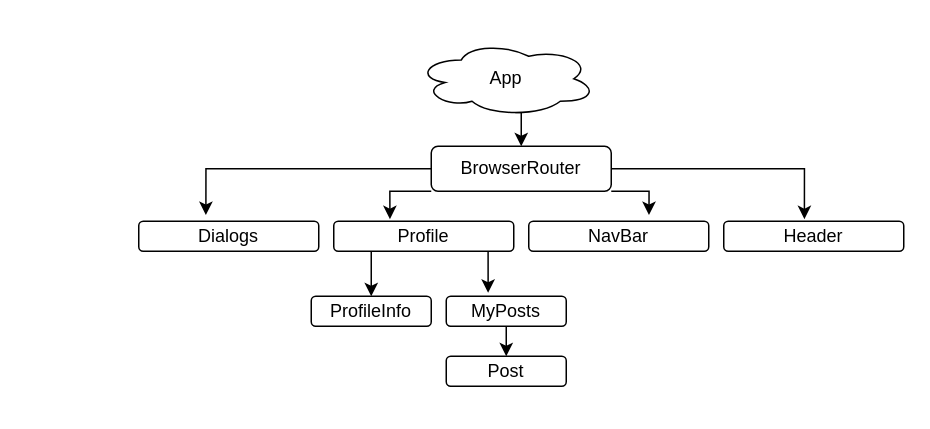
The draw.io diagram Untitled Diagram.drawio in MikeMSK/way_ofThe_samurai, before the edit. Source tidied: cells renumbered, new cells numbered last; positions are measured from the earlier drawing's top-left corner, leaving out a move shared by most shapes. Both pictures are drawn from the tidied source at 150%, with x=0, y=0 at pixel (138, 40).
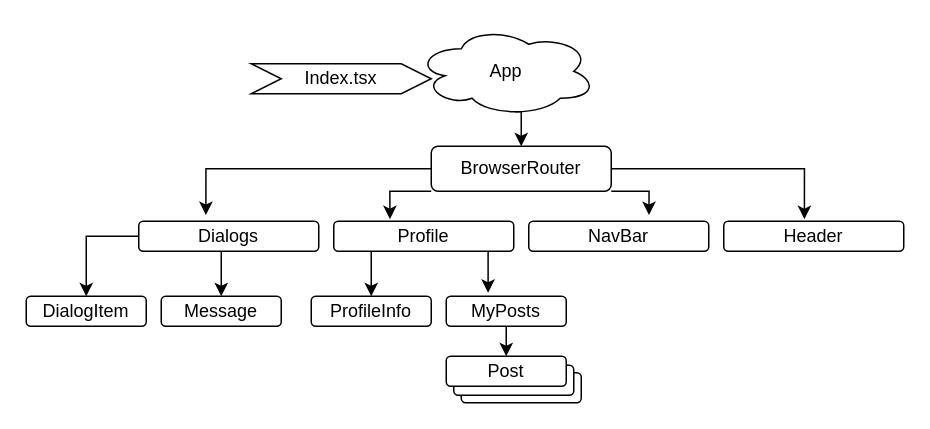
Above is the later version.

The change refers to these unchanged cells:
```xml
<mxCell id="9" value="Dialogs" style="rounded=1;whiteSpace=wrap;html=1;" parent="1" vertex="1">
  <mxGeometry y="120" width="120" height="20" as="geometry" />
</mxCell>
```

Change to the diagram source:
```diff
@@
+    <mxCell id="19" style="rounded=1;whiteSpace=wrap;html=1;" parent="1" vertex="1">
+      <mxGeometry x="215" y="221" width="80" height="20" as="geometry" />
+    </mxCell>
+    <mxCell id="20" style="rounded=1;whiteSpace=wrap;html=1;" parent="1" vertex="1">
+      <mxGeometry x="210" y="216" width="80" height="20" as="geometry" />
+    </mxCell>
@@
     <mxCell id="3" value="App" style="ellipse;shape=cloud;whiteSpace=wrap;html=1;" parent="1" vertex="1">
-      <mxGeometry x="185" width="120" height="50" as="geometry" />
+      <mxGeometry x="185" y="-10" width="120" height="60" as="geometry" />
     </mxCell>
@@
+    <mxCell id="21" style="edgeStyle=orthogonalEdgeStyle;rounded=0;jettySize=auto;html=1;exitX=0.5;exitY=1;exitDx=0;exitDy=0;entryX=0.5;entryY=0;entryDx=0;entryDy=0;" parent="1" edge="1" source="9" target="25">
+      <mxGeometry relative="1" as="geometry" />
+    </mxCell>
+    <mxCell id="22" style="edgeStyle=orthogonalEdgeStyle;rounded=0;jettySize=auto;html=1;exitX=0;exitY=0.5;exitDx=0;exitDy=0;entryX=0.5;entryY=0;entryDx=0;entryDy=0;" parent="1" edge="1" source="9" target="24">
+      <mxGeometry relative="1" as="geometry" />
+    </mxCell>
@@
+    <mxCell id="23" value="Index.tsx" style="shape=step;perimeter=stepPerimeter;whiteSpace=wrap;html=1;fixedSize=1;" parent="1" vertex="1">
+      <mxGeometry x="75" y="15" width="120" height="20" as="geometry" />
+    </mxCell>
+    <mxCell id="24" value="DialogItem" style="rounded=1;whiteSpace=wrap;html=1;" parent="1" vertex="1">
+      <mxGeometry x="-75" y="170" width="80" height="20" as="geometry" />
+    </mxCell>
+    <mxCell id="25" value="Message" style="rounded=1;whiteSpace=wrap;html=1;" parent="1" vertex="1">
+      <mxGeometry x="15" y="170" width="80" height="20" as="geometry" />
+    </mxCell>
```
